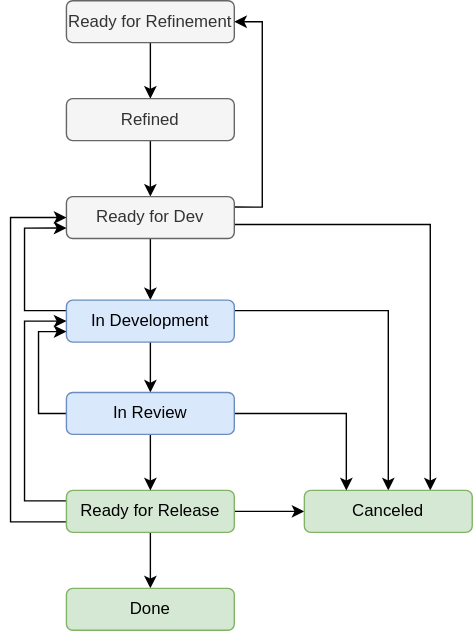
Earlier version of the draw.io export workflows/workflow-initiative.drawio.svg (ksb-digital/.github). Source tidied: cells renumbered, new cells last; positions are measured from the earlier drawing's top-left corner, leaving out a move shared by most shapes.
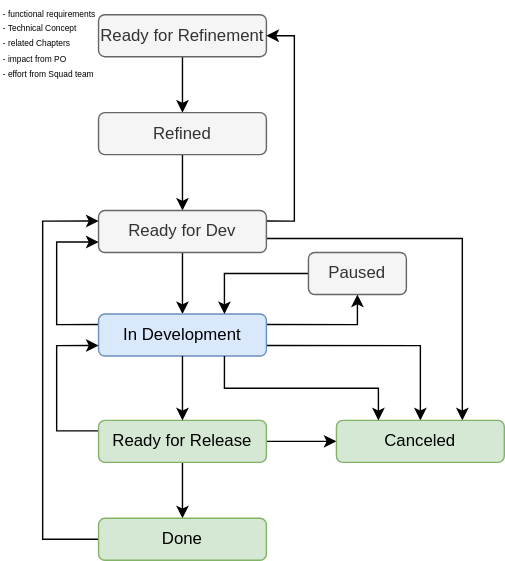
The same file after the commit.

Diff of the diagram source:
```diff
@@ -28,7 +28,7 @@
     <mxCell id="9" value="Ready for Dev" style="rounded=1;whiteSpace=wrap;html=1;fillColor=#f5f5f5;fontColor=#333333;strokeColor=#666666;" parent="1" vertex="1">
       <mxGeometry x="39.9" y="140" width="120" height="30" as="geometry" />
     </mxCell>
-    <mxCell id="10" style="edgeStyle=orthogonalEdgeStyle;rounded=0;jettySize=auto;html=1;exitX=1;exitY=0.25;exitDx=0;exitDy=0;entryX=0.5;entryY=0;entryDx=0;entryDy=0;" parent="1" edge="1" source="13" target="20">
+    <mxCell id="10" style="edgeStyle=orthogonalEdgeStyle;rounded=0;jettySize=auto;html=1;exitX=1;exitY=0.75;exitDx=0;exitDy=0;entryX=0.5;entryY=0;entryDx=0;entryDy=0;" parent="1" edge="1" source="13" target="20">
       <mxGeometry relative="1" as="geometry" />
     </mxCell>
     <mxCell id="11" style="edgeStyle=orthogonalEdgeStyle;rounded=0;jettySize=auto;html=1;exitX=0;exitY=0.25;exitDx=0;exitDy=0;entryX=0;entryY=0.75;entryDx=0;entryDy=0;" parent="1" edge="1" source="13" target="9">
@@ -39,9 +39,9 @@
         </Array>
       </mxGeometry>
     </mxCell>
-    <mxCell id="12" style="edgeStyle=orthogonalEdgeStyle;rounded=0;jettySize=auto;html=1;exitX=0.5;exitY=1;exitDx=0;exitDy=0;entryX=0.5;entryY=0;entryDx=0;entryDy=0;" parent="1" edge="1" source="13" target="24">
-      <mxGeometry relative="1" as="geometry" />
-    </mxCell>
+    <mxCell id="25" style="edgeStyle=orthogonalEdgeStyle;rounded=0;jettySize=auto;html=1;exitX=1;exitY=0.25;exitDx=0;exitDy=0;entryX=0.5;entryY=1;entryDx=0;entryDy=0;" parent="1" edge="1" source="13" target="28">
+      <mxGeometry relative="1" as="geometry" />
+    </mxCell>
     <mxCell id="13" value="In Development" style="rounded=1;whiteSpace=wrap;html=1;fillColor=#dae8fc;strokeColor=#6c8ebf;" parent="1" vertex="1">
       <mxGeometry x="39.9" y="214" width="120" height="30" as="geometry" />
     </mxCell>
@@ -51,47 +51,45 @@
     <mxCell id="15" style="edgeStyle=orthogonalEdgeStyle;rounded=0;jettySize=auto;html=1;exitX=0.5;exitY=1;exitDx=0;exitDy=0;entryX=0.5;entryY=0;entryDx=0;entryDy=0;" parent="1" edge="1" source="18" target="19">
       <mxGeometry relative="1" as="geometry" />
     </mxCell>
-    <mxCell id="16" style="edgeStyle=orthogonalEdgeStyle;rounded=0;jettySize=auto;html=1;exitX=0;exitY=0.25;exitDx=0;exitDy=0;entryX=0;entryY=0.5;entryDx=0;entryDy=0;" parent="1" edge="1" source="18" target="13">
+    <mxCell id="16" style="edgeStyle=orthogonalEdgeStyle;rounded=0;jettySize=auto;html=1;exitX=0;exitY=0.25;exitDx=0;exitDy=0;entryX=0;entryY=0.75;entryDx=0;entryDy=0;" parent="1" edge="1" source="18" target="13">
       <mxGeometry relative="1" as="geometry">
         <Array as="points">
-          <mxPoint x="10" y="358" />
-          <mxPoint x="10" y="229" />
+          <mxPoint x="10" y="298" />
+          <mxPoint x="10" y="237" />
         </Array>
       </mxGeometry>
     </mxCell>
-    <mxCell id="17" style="edgeStyle=orthogonalEdgeStyle;rounded=0;jettySize=auto;html=1;exitX=0;exitY=0.75;exitDx=0;exitDy=0;entryX=0;entryY=0.5;entryDx=0;entryDy=0;" parent="1" edge="1" source="18" target="9">
-      <mxGeometry relative="1" as="geometry">
-        <Array as="points">
-          <mxPoint y="373" />
-          <mxPoint y="155" />
-        </Array>
-      </mxGeometry>
-    </mxCell>
     <mxCell id="18" value="Ready for Release" style="rounded=1;whiteSpace=wrap;html=1;fillColor=#d5e8d4;strokeColor=#82b366;" parent="1" vertex="1">
-      <mxGeometry x="39.9" y="350" width="120" height="30" as="geometry" />
+      <mxGeometry x="39.9" y="290" width="120" height="30" as="geometry" />
     </mxCell>
+    <mxCell id="26" style="edgeStyle=orthogonalEdgeStyle;rounded=0;jettySize=auto;html=1;exitX=0;exitY=0.5;exitDx=0;exitDy=0;entryX=0;entryY=0.25;entryDx=0;entryDy=0;" parent="1" edge="1" source="19" target="9">
+      <mxGeometry relative="1" as="geometry">
+        <Array as="points">
+          <mxPoint y="375" />
+          <mxPoint y="148" />
+        </Array>
+      </mxGeometry>
+    </mxCell>
     <mxCell id="19" value="Done" style="rounded=1;whiteSpace=wrap;html=1;fillColor=#d5e8d4;strokeColor=#82b366;" parent="1" vertex="1">
-      <mxGeometry x="39.9" y="420" width="120" height="30" as="geometry" />
+      <mxGeometry x="39.9" y="360" width="120" height="30" as="geometry" />
     </mxCell>
     <mxCell id="20" value="Canceled" style="rounded=1;whiteSpace=wrap;html=1;fillColor=#d5e8d4;strokeColor=#82b366;" parent="1" vertex="1">
-      <mxGeometry x="210" y="350" width="120" height="30" as="geometry" />
+      <mxGeometry x="210" y="290" width="120" height="30" as="geometry" />
     </mxCell>
-    <mxCell id="21" style="edgeStyle=orthogonalEdgeStyle;rounded=0;jettySize=auto;html=1;exitX=0.5;exitY=1;exitDx=0;exitDy=0;entryX=0.5;entryY=0;entryDx=0;entryDy=0;" parent="1" edge="1" source="24" target="18">
+    <mxCell id="21" style="edgeStyle=orthogonalEdgeStyle;rounded=0;jettySize=auto;html=1;exitX=0.5;exitY=1;exitDx=0;exitDy=0;entryX=0.5;entryY=0;entryDx=0;entryDy=0;" parent="1" edge="1" source="13" target="18">
       <mxGeometry relative="1" as="geometry" />
     </mxCell>
-    <mxCell id="22" style="edgeStyle=orthogonalEdgeStyle;rounded=0;jettySize=auto;html=1;exitX=1;exitY=0.5;exitDx=0;exitDy=0;entryX=0.25;entryY=0;entryDx=0;entryDy=0;" parent="1" edge="1" source="24" target="20">
+    <mxCell id="22" style="edgeStyle=orthogonalEdgeStyle;rounded=0;jettySize=auto;html=1;exitX=0.75;exitY=1;exitDx=0;exitDy=0;entryX=0.25;entryY=0;entryDx=0;entryDy=0;" parent="1" edge="1" source="13" target="20">
       <mxGeometry relative="1" as="geometry" />
     </mxCell>
-    <mxCell id="23" style="edgeStyle=orthogonalEdgeStyle;rounded=0;jettySize=auto;html=1;exitX=0;exitY=0.5;exitDx=0;exitDy=0;entryX=0;entryY=0.75;entryDx=0;entryDy=0;" parent="1" edge="1" source="24" target="13">
-      <mxGeometry relative="1" as="geometry">
-        <Array as="points">
-          <mxPoint x="20" y="295" />
-          <mxPoint x="20" y="237" />
-        </Array>
-      </mxGeometry>
-    </mxCell>
-    <mxCell id="24" value="In Review" style="rounded=1;whiteSpace=wrap;html=1;fillColor=#dae8fc;strokeColor=#6c8ebf;" parent="1" vertex="1">
-      <mxGeometry x="39.9" y="280" width="120" height="30" as="geometry" />
-    </mxCell>
+    <mxCell id="27" style="edgeStyle=orthogonalEdgeStyle;rounded=0;jettySize=auto;html=1;exitX=0;exitY=0.5;exitDx=0;exitDy=0;entryX=0.75;entryY=0;entryDx=0;entryDy=0;" parent="1" edge="1" source="28" target="13">
+      <mxGeometry relative="1" as="geometry" />
+    </mxCell>
+    <mxCell id="28" value="Paused" style="rounded=1;whiteSpace=wrap;html=1;fillColor=#f5f5f5;strokeColor=#666666;fontColor=#333333;" parent="1" vertex="1">
+      <mxGeometry x="190" y="170" width="70" height="30" as="geometry" />
+    </mxCell>
+    <mxCell id="29" value="&lt;font style=&quot;font-size: 6px;&quot;&gt;- functional requirements&lt;br&gt;- Technical Concept&lt;br&gt;- related Chapters&lt;br&gt;- impact from PO&lt;br&gt;- effort from Squad team&lt;/font&gt;" style="text;html=1;strokeColor=none;fillColor=none;align=left;verticalAlign=middle;whiteSpace=wrap;rounded=0;fontSize=9;" parent="1" vertex="1">
+      <mxGeometry x="-30" y="-10" width="110" height="60" as="geometry" />
+    </mxCell>
   </root>
 </mxGraphModel>
```
